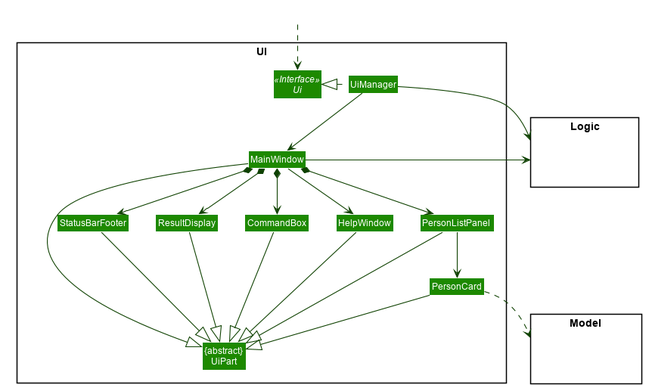
Above: docs/images/UiClassDiagram.png in nus-cs2103-AY2021S2/tp (PlantUML), before the change.
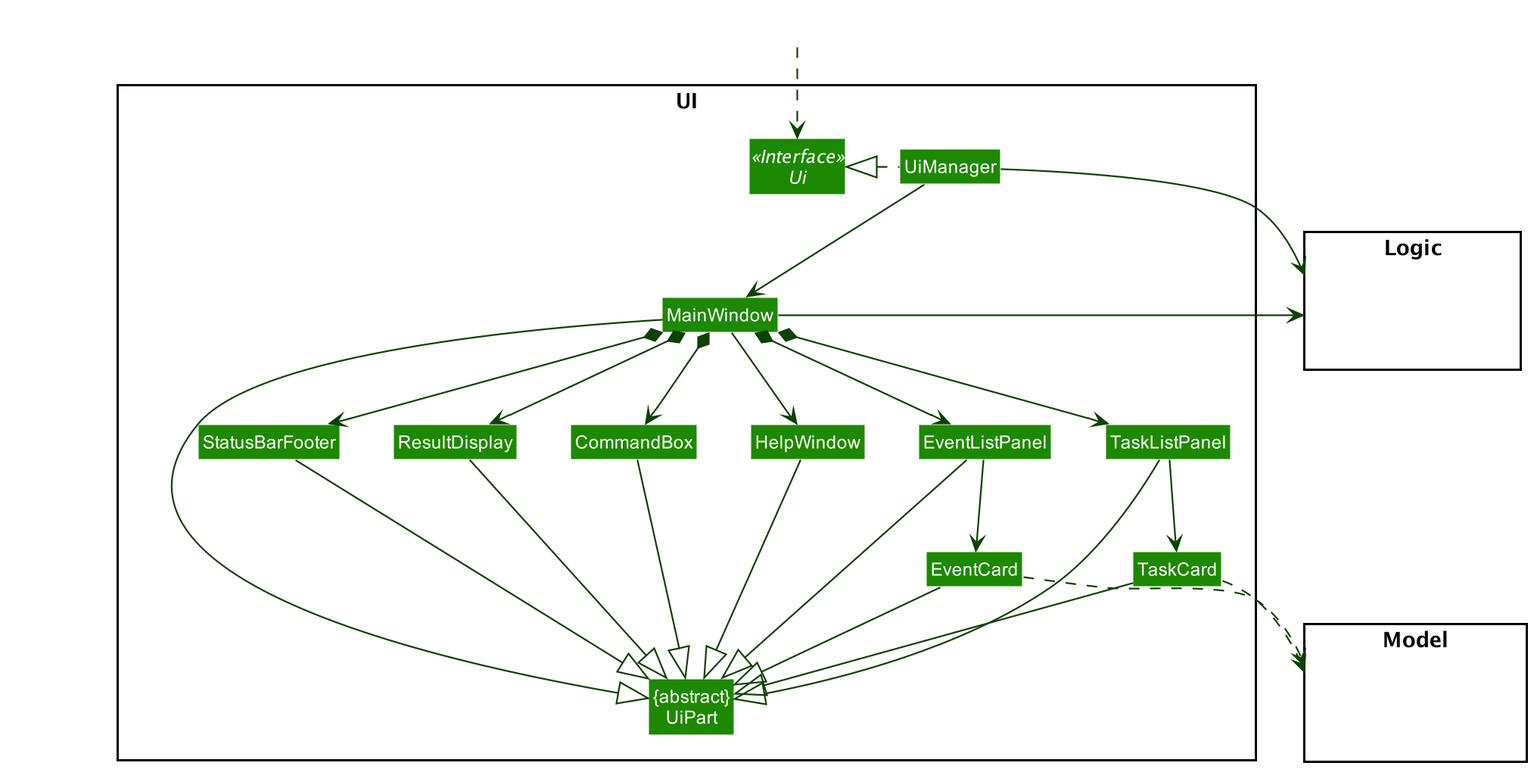
The same diagram one commit later.

Commit message:
Add UI class diagram, seq diagram for SummaryCommand

Diff of the diagram source:
```diff
@@ -1,55 +1,8 @@
 @startuml
-
-
-
-
-
-
-
-
-skinparam BackgroundColor #FFFFFFF
-
-skinparam Shadowing false
-
-skinparam Class {
-    FontColor #FFFFFF
-    BorderThickness 1
-    BorderColor #FFFFFF
-    StereotypeFontColor #FFFFFF
-    FontName Arial
-}
-
-skinparam Actor {
-    BorderColor #000000
-    Color #000000
-    FontName Arial
-}
-
-skinparam Sequence {
-    MessageAlign center
-    BoxFontSize 15
-    BoxPadding 0
-    BoxFontColor #FFFFFF
-    FontName Arial
-}
-
-skinparam Participant {
-    FontColor #FFFFFFF
-    Padding 20
-}
-
-skinparam MinClassWidth 50
-skinparam ParticipantPadding 10
-skinparam Shadowing false
-skinparam DefaultTextAlignment center
-skinparam packageStyle Rectangle
-
-hide footbox
-hide members
-hide circle
+!include style.puml
 skinparam arrowThickness 1.1
-skinparam arrowColor #0E4100
-skinparam classBackgroundColor #1D8900
+skinparam arrowColor UI_COLOR_T4
+skinparam classBackgroundColor UI_COLOR
 
 package UI <<Rectangle>>{
 Interface Ui <<Interface>>
@@ -58,8 +11,10 @@
 Class MainWindow
 Class HelpWindow
 Class ResultDisplay
-Class PersonListPanel
-Class PersonCard
+Class TaskListPanel
+Class TaskCard
+Class EventListPanel
+Class EventCard
 Class StatusBarFooter
 Class CommandBox
 }
@@ -80,25 +35,31 @@
 MainWindow --> HelpWindow
 MainWindow *-down-> CommandBox
 MainWindow *-down-> ResultDisplay
-MainWindow *-down-> PersonListPanel
+MainWindow *-down-> TaskListPanel
+MainWindow *-down-> EventListPanel
 MainWindow *-down-> StatusBarFooter
 
-PersonListPanel -down-> PersonCard
+TaskListPanel -down-> TaskCard
+EventListPanel -down-> EventCard
 
 MainWindow -left-|> UiPart
 
 ResultDisplay --|> UiPart
 CommandBox --|> UiPart
-PersonListPanel --|> UiPart
-PersonCard --|> UiPart
+TaskListPanel --|> UiPart
+EventListPanel --|> UiPart
+TaskCard --|> UiPart
+EventCard --|> UiPart
 StatusBarFooter --|> UiPart
 HelpWindow -down-|> UiPart
 
-PersonCard ..> Model
+TaskCard ..> Model
+EventCard ..> Model
 UiManager -right-> Logic
 MainWindow -left-> Logic
 
-PersonListPanel -[hidden]left- HelpWindow
+TaskListPanel -[hidden]left- HelpWindow
+EventListPanel -[hidden]left- HelpWindow
 HelpWindow -[hidden]left- CommandBox
 CommandBox -[hidden]left- ResultDisplay
 ResultDisplay -[hidden]left- StatusBarFooter
```
